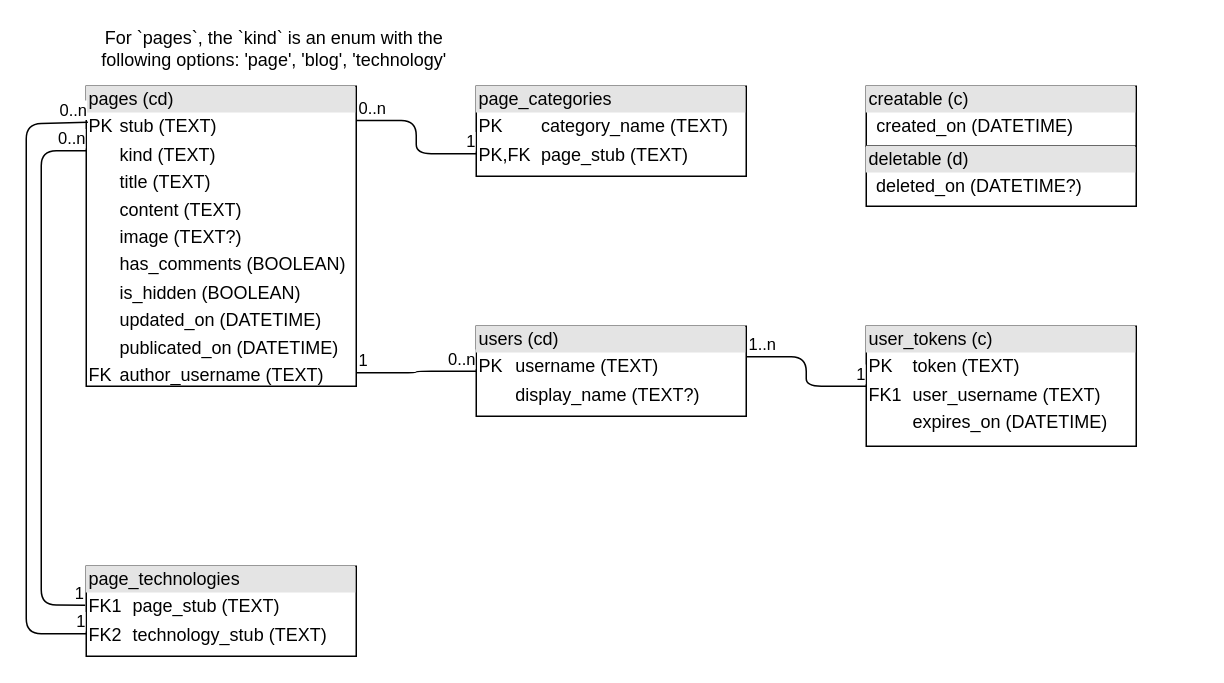
Earlier version of the draw.io diagram db/db.drawio (lunix33/lunix-pro). Source tidied: cells renumbered, new cells numbered last; positions are measured from the earlier drawing's top-left corner, leaving out a move shared by most shapes. Both pictures are drawn from the tidied source at 150%, with x=0, y=0 at pixel (26, 26).
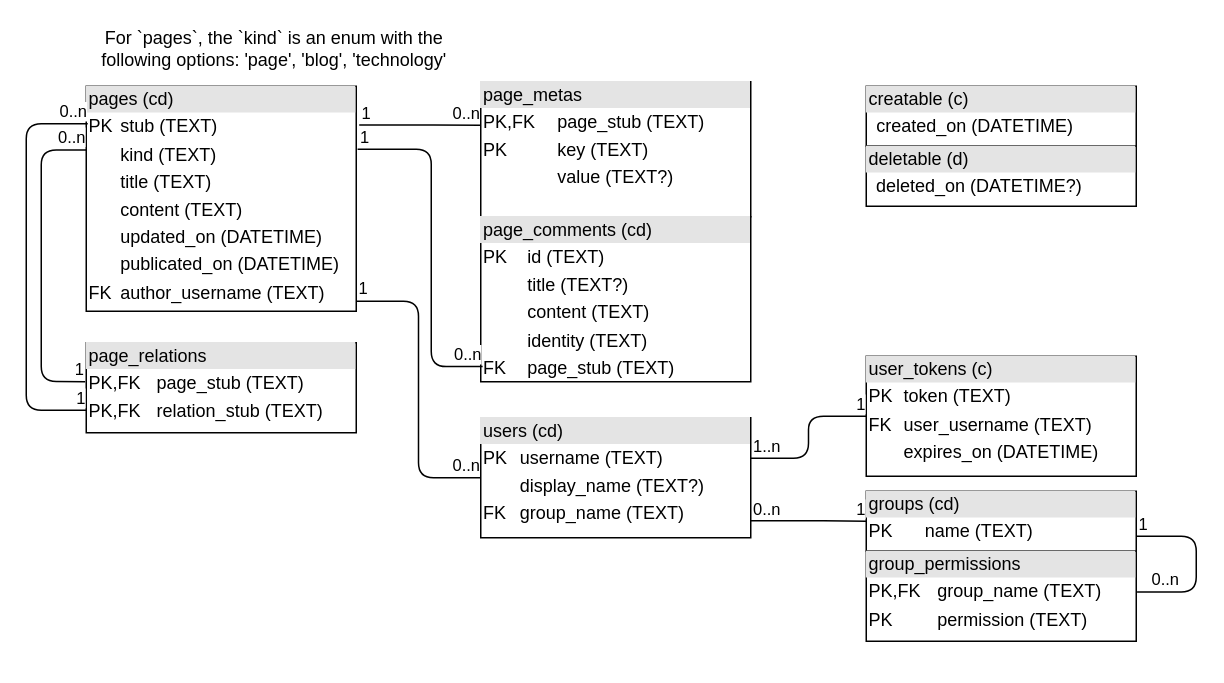
The same page after the edit.

Change to the diagram source:
```diff
@@
-    <mxCell id="2" value="&lt;div style=&quot;box-sizing: border-box ; width: 100% ; background: #e4e4e4 ; padding: 2px&quot;&gt;pages (cd)&lt;/div&gt;&lt;table style=&quot;width: 100% ; font-size: 1em&quot; cellpadding=&quot;2&quot; cellspacing=&quot;0&quot;&gt;&lt;tbody&gt;&lt;tr&gt;&lt;td&gt;PK&lt;/td&gt;&lt;td&gt;stub (TEXT)&lt;/td&gt;&lt;/tr&gt;&lt;tr&gt;&lt;td&gt;&lt;br&gt;&lt;/td&gt;&lt;td&gt;kind (TEXT)&lt;/td&gt;&lt;/tr&gt;&lt;tr&gt;&lt;td&gt;&lt;br&gt;&lt;/td&gt;&lt;td&gt;title (TEXT)&lt;/td&gt;&lt;/tr&gt;&lt;tr&gt;&lt;td&gt;&lt;/td&gt;&lt;td&gt;content (TEXT)&lt;/td&gt;&lt;/tr&gt;&lt;tr&gt;&lt;td&gt;&lt;br&gt;&lt;/td&gt;&lt;td&gt;image (TEXT?)&lt;/td&gt;&lt;/tr&gt;&lt;tr&gt;&lt;td&gt;&lt;br&gt;&lt;/td&gt;&lt;td&gt;has_comments (BOOLEAN)&lt;/td&gt;&lt;/tr&gt;&lt;tr&gt;&lt;td&gt;&lt;br&gt;&lt;/td&gt;&lt;td&gt;is_hidden (BOOLEAN)&lt;br&gt;&lt;/td&gt;&lt;/tr&gt;&lt;tr&gt;&lt;td&gt;&lt;br&gt;&lt;/td&gt;&lt;td&gt;updated_on (DATETIME)&lt;/td&gt;&lt;/tr&gt;&lt;tr&gt;&lt;td&gt;&lt;br&gt;&lt;/td&gt;&lt;td&gt;publicated_on (DATETIME)&lt;br&gt;&lt;/td&gt;&lt;/tr&gt;&lt;tr&gt;&lt;td&gt;FK&lt;/td&gt;&lt;td&gt;author_username (TEXT)&lt;/td&gt;&lt;/tr&gt;&lt;/tbody&gt;&lt;/table&gt;" style="verticalAlign=top;align=left;overflow=fill;html=1;" parent="1" vertex="1">
-      <mxGeometry x="40" y="40" width="180" height="200" as="geometry" />
+    <mxCell id="2" value="&lt;div style=&quot;box-sizing: border-box ; width: 100% ; background: #e4e4e4 ; padding: 2px&quot;&gt;pages (cd)&lt;/div&gt;&lt;table style=&quot;width: 100% ; font-size: 1em&quot; cellpadding=&quot;2&quot; cellspacing=&quot;0&quot;&gt;&lt;tbody&gt;&lt;tr&gt;&lt;td&gt;PK&lt;/td&gt;&lt;td&gt;stub (TEXT)&lt;/td&gt;&lt;/tr&gt;&lt;tr&gt;&lt;td&gt;&lt;br&gt;&lt;/td&gt;&lt;td&gt;kind (TEXT)&lt;/td&gt;&lt;/tr&gt;&lt;tr&gt;&lt;td&gt;&lt;br&gt;&lt;/td&gt;&lt;td&gt;title (TEXT)&lt;/td&gt;&lt;/tr&gt;&lt;tr&gt;&lt;td&gt;&lt;/td&gt;&lt;td&gt;content (TEXT)&lt;/td&gt;&lt;/tr&gt;&lt;tr&gt;&lt;td&gt;&lt;br&gt;&lt;/td&gt;&lt;td&gt;updated_on (DATETIME)&lt;/td&gt;&lt;/tr&gt;&lt;tr&gt;&lt;td&gt;&lt;br&gt;&lt;/td&gt;&lt;td&gt;publicated_on (DATETIME)&lt;br&gt;&lt;/td&gt;&lt;/tr&gt;&lt;tr&gt;&lt;td&gt;FK&lt;/td&gt;&lt;td&gt;author_username (TEXT)&lt;/td&gt;&lt;/tr&gt;&lt;/tbody&gt;&lt;/table&gt;" style="verticalAlign=top;align=left;overflow=fill;html=1;" parent="1" vertex="1">
+      <mxGeometry x="40" y="40" width="180" height="150" as="geometry" />
     </mxCell>
-    <mxCell id="3" value="&lt;div style=&quot;box-sizing: border-box ; width: 100% ; background: #e4e4e4 ; padding: 2px&quot;&gt;page_categories&lt;/div&gt;&lt;table style=&quot;width: 100% ; font-size: 1em&quot; cellpadding=&quot;2&quot; cellspacing=&quot;0&quot;&gt;&lt;tbody&gt;&lt;tr&gt;&lt;td&gt;PK&lt;/td&gt;&lt;td&gt;category_name (TEXT)&lt;/td&gt;&lt;/tr&gt;&lt;tr&gt;&lt;td&gt;PK,FK&lt;/td&gt;&lt;td&gt;page_stub (TEXT)&lt;br&gt;&lt;/td&gt;&lt;/tr&gt;&lt;/tbody&gt;&lt;/table&gt;" style="verticalAlign=top;align=left;overflow=fill;html=1;" parent="1" vertex="1">
-      <mxGeometry x="300" y="40" width="180" height="60" as="geometry" />
-    </mxCell>
@@
-    <mxCell id="5" value="&lt;div style=&quot;box-sizing: border-box ; width: 100% ; background: #e4e4e4 ; padding: 2px&quot;&gt;page_technologies&lt;/div&gt;&lt;table style=&quot;width: 100% ; font-size: 1em&quot; cellpadding=&quot;2&quot; cellspacing=&quot;0&quot;&gt;&lt;tbody&gt;&lt;tr&gt;&lt;td&gt;FK1&lt;/td&gt;&lt;td&gt;page_stub (TEXT)&lt;/td&gt;&lt;/tr&gt;&lt;tr&gt;&lt;td&gt;FK2&lt;/td&gt;&lt;td&gt;technology_stub (TEXT)&lt;/td&gt;&lt;/tr&gt;&lt;/tbody&gt;&lt;/table&gt;" style="verticalAlign=top;align=left;overflow=fill;html=1;" parent="1" vertex="1">
-      <mxGeometry x="40" y="360" width="180" height="60" as="geometry" />
+    <mxCell id="5" value="&lt;div style=&quot;box-sizing: border-box ; width: 100% ; background: #e4e4e4 ; padding: 2px&quot;&gt;page_relations&lt;/div&gt;&lt;table style=&quot;width: 100% ; font-size: 1em&quot; cellpadding=&quot;2&quot; cellspacing=&quot;0&quot;&gt;&lt;tbody&gt;&lt;tr&gt;&lt;td&gt;PK,FK&lt;/td&gt;&lt;td&gt;page_stub (TEXT)&lt;/td&gt;&lt;/tr&gt;&lt;tr&gt;&lt;td&gt;PK,FK&lt;/td&gt;&lt;td&gt;relation_stub (TEXT)&lt;/td&gt;&lt;/tr&gt;&lt;/tbody&gt;&lt;/table&gt;" style="verticalAlign=top;align=left;overflow=fill;html=1;" parent="1" vertex="1">
+      <mxGeometry x="40" y="211" width="180" height="60" as="geometry" />
     </mxCell>
-    <mxCell id="6" value="&lt;div style=&quot;box-sizing: border-box ; width: 100% ; background: #e4e4e4 ; padding: 2px&quot;&gt;users (cd)&lt;/div&gt;&lt;table style=&quot;width: 100% ; font-size: 1em&quot; cellpadding=&quot;2&quot; cellspacing=&quot;0&quot;&gt;&lt;tbody&gt;&lt;tr&gt;&lt;td&gt;PK&lt;/td&gt;&lt;td&gt;username (TEXT)&lt;br&gt;&lt;/td&gt;&lt;/tr&gt;&lt;tr&gt;&lt;td&gt;&lt;br&gt;&lt;/td&gt;&lt;td&gt;display_name (TEXT?)&lt;/td&gt;&lt;/tr&gt;&lt;/tbody&gt;&lt;/table&gt;" style="verticalAlign=top;align=left;overflow=fill;html=1;" parent="1" vertex="1">
-      <mxGeometry x="300" y="200" width="180" height="60" as="geometry" />
+    <mxCell id="6" value="&lt;div style=&quot;box-sizing: border-box ; width: 100% ; background: #e4e4e4 ; padding: 2px&quot;&gt;users (cd)&lt;/div&gt;&lt;table style=&quot;width: 100% ; font-size: 1em&quot; cellpadding=&quot;2&quot; cellspacing=&quot;0&quot;&gt;&lt;tbody&gt;&lt;tr&gt;&lt;td&gt;PK&lt;/td&gt;&lt;td&gt;username (TEXT)&lt;br&gt;&lt;/td&gt;&lt;/tr&gt;&lt;tr&gt;&lt;td&gt;&lt;br&gt;&lt;/td&gt;&lt;td&gt;display_name (TEXT?)&lt;/td&gt;&lt;/tr&gt;&lt;tr&gt;&lt;td&gt;FK&lt;/td&gt;&lt;td&gt;group_name (TEXT)&lt;/td&gt;&lt;/tr&gt;&lt;/tbody&gt;&lt;/table&gt;" style="verticalAlign=top;align=left;overflow=fill;html=1;" parent="1" vertex="1">
+      <mxGeometry x="303" y="261" width="180" height="80" as="geometry" />
     </mxCell>
-    <mxCell id="7" value="&lt;div style=&quot;box-sizing: border-box ; width: 100% ; background: #e4e4e4 ; padding: 2px&quot;&gt;user_tokens (c)&lt;/div&gt;&lt;table style=&quot;width: 100% ; font-size: 1em&quot; cellpadding=&quot;2&quot; cellspacing=&quot;0&quot;&gt;&lt;tbody&gt;&lt;tr&gt;&lt;td&gt;PK&lt;/td&gt;&lt;td&gt;token (TEXT)&lt;/td&gt;&lt;/tr&gt;&lt;tr&gt;&lt;td&gt;FK1&lt;/td&gt;&lt;td&gt;user_username (TEXT)&lt;/td&gt;&lt;/tr&gt;&lt;tr&gt;&lt;td&gt;&lt;br&gt;&lt;/td&gt;&lt;td&gt;expires_on (DATETIME)&lt;/td&gt;&lt;/tr&gt;&lt;/tbody&gt;&lt;/table&gt;" style="verticalAlign=top;align=left;overflow=fill;html=1;" parent="1" vertex="1">
-      <mxGeometry x="560" y="200" width="180" height="80" as="geometry" />
+    <mxCell id="7" value="&lt;div style=&quot;box-sizing: border-box ; width: 100% ; background: #e4e4e4 ; padding: 2px&quot;&gt;user_tokens (c)&lt;/div&gt;&lt;table style=&quot;width: 100% ; font-size: 1em&quot; cellpadding=&quot;2&quot; cellspacing=&quot;0&quot;&gt;&lt;tbody&gt;&lt;tr&gt;&lt;td&gt;PK&lt;/td&gt;&lt;td&gt;token (TEXT)&lt;/td&gt;&lt;/tr&gt;&lt;tr&gt;&lt;td&gt;FK&lt;/td&gt;&lt;td&gt;user_username (TEXT)&lt;/td&gt;&lt;/tr&gt;&lt;tr&gt;&lt;td&gt;&lt;br&gt;&lt;/td&gt;&lt;td&gt;expires_on (DATETIME)&lt;/td&gt;&lt;/tr&gt;&lt;/tbody&gt;&lt;/table&gt;" style="verticalAlign=top;align=left;overflow=fill;html=1;" parent="1" vertex="1">
+      <mxGeometry x="560" y="220" width="180" height="80" as="geometry" />
     </mxCell>
@@
-    <mxCell id="14" style="endArrow=none;html=1;edgeStyle=orthogonalEdgeStyle;exitX=1.002;exitY=0.114;exitDx=0;exitDy=0;exitPerimeter=0;entryX=0;entryY=0.75;entryDx=0;entryDy=0;" parent="1" edge="1" source="2" target="3">
-      <mxGeometry relative="1" as="geometry" />
-    </mxCell>
-    <mxCell id="15" value="0..n" style="edgeLabel;html=1;align=left;verticalAlign=bottom;" parent="14" vertex="1">
-      <mxGeometry x="-1" relative="1" as="geometry" />
-    </mxCell>
-    <mxCell id="16" value="1" style="edgeLabel;html=1;align=right;verticalAlign=bottom;" parent="14" vertex="1">
-      <mxGeometry x="1" relative="1" as="geometry" />
-    </mxCell>
-    <mxCell id="17" style="endArrow=none;html=1;edgeStyle=orthogonalEdgeStyle;exitX=0;exitY=0.75;exitDx=0;exitDy=0;entryX=0.006;entryY=0.12;entryDx=0;entryDy=0;entryPerimeter=0;" parent="1" edge="1" source="5" target="2">
+    <mxCell id="17" style="endArrow=none;html=1;edgeStyle=orthogonalEdgeStyle;exitX=0;exitY=0.75;exitDx=0;exitDy=0;" parent="1" edge="1" source="5">
       <mxGeometry relative="1" as="geometry">
+        <mxPoint x="41" y="65" as="targetPoint" />
         <Array as="points">
-          <mxPoint y="405" />
+          <mxPoint y="256" />
           <mxPoint y="65" />
         </Array>
       </mxGeometry>
     </mxCell>
@@
-    <mxCell id="20" style="endArrow=none;html=1;edgeStyle=orthogonalEdgeStyle;exitX=-0.004;exitY=0.432;exitDx=0;exitDy=0;exitPerimeter=0;entryX=0;entryY=0.215;entryDx=0;entryDy=0;entryPerimeter=0;" parent="1" edge="1" source="5" target="2">
+    <mxCell id="20" style="endArrow=none;html=1;edgeStyle=orthogonalEdgeStyle;exitX=-0.004;exitY=0.432;exitDx=0;exitDy=0;exitPerimeter=0;entryX=0;entryY=0.283;entryDx=0;entryDy=0;entryPerimeter=0;" parent="1" edge="1" source="5" target="2">
       <mxGeometry relative="1" as="geometry">
         <Array as="points">
-          <mxPoint x="10" y="386" />
+          <mxPoint x="10" y="237" />
           <mxPoint x="10" y="83" />
         </Array>
       </mxGeometry>
     </mxCell>
@@
+    <mxCell id="25" value="&lt;div style=&quot;box-sizing: border-box ; width: 100% ; background: #e4e4e4 ; padding: 2px&quot;&gt;groups (cd)&lt;/div&gt;&lt;table style=&quot;width: 100% ; font-size: 1em&quot; cellpadding=&quot;2&quot; cellspacing=&quot;0&quot;&gt;&lt;tbody&gt;&lt;tr&gt;&lt;td&gt;PK&lt;/td&gt;&lt;td&gt;name (TEXT)&lt;/td&gt;&lt;/tr&gt;&lt;/tbody&gt;&lt;/table&gt;" style="verticalAlign=top;align=left;overflow=fill;html=1;" parent="1" vertex="1">
+      <mxGeometry x="560" y="310" width="180" height="40" as="geometry" />
+    </mxCell>
+    <mxCell id="26" value="&lt;div style=&quot;box-sizing: border-box ; width: 100% ; background: #e4e4e4 ; padding: 2px&quot;&gt;group_permissions&lt;/div&gt;&lt;table style=&quot;width: 100% ; font-size: 1em&quot; cellpadding=&quot;2&quot; cellspacing=&quot;0&quot;&gt;&lt;tbody&gt;&lt;tr&gt;&lt;td&gt;PK,FK&lt;/td&gt;&lt;td&gt;group_name (TEXT)&lt;/td&gt;&lt;/tr&gt;&lt;tr&gt;&lt;td&gt;PK&lt;/td&gt;&lt;td&gt;permission (TEXT)&lt;/td&gt;&lt;/tr&gt;&lt;/tbody&gt;&lt;/table&gt;" style="verticalAlign=top;align=left;overflow=fill;html=1;" parent="1" vertex="1">
+      <mxGeometry x="560" y="350" width="180" height="60" as="geometry" />
+    </mxCell>
+    <mxCell id="27" value="&lt;div style=&quot;box-sizing: border-box ; width: 100% ; background: #e4e4e4 ; padding: 2px&quot;&gt;page_metas&lt;/div&gt;&lt;table style=&quot;width: 100% ; font-size: 1em&quot; cellpadding=&quot;2&quot; cellspacing=&quot;0&quot;&gt;&lt;tbody&gt;&lt;tr&gt;&lt;td&gt;PK,FK&lt;/td&gt;&lt;td&gt;page_stub (TEXT)&lt;/td&gt;&lt;/tr&gt;&lt;tr&gt;&lt;td&gt;PK&lt;/td&gt;&lt;td&gt;key (TEXT)&lt;/td&gt;&lt;/tr&gt;&lt;tr&gt;&lt;td&gt;&lt;/td&gt;&lt;td&gt;value (TEXT?)&lt;/td&gt;&lt;/tr&gt;&lt;/tbody&gt;&lt;/table&gt;" style="verticalAlign=top;align=left;overflow=fill;html=1;" parent="1" vertex="1">
+      <mxGeometry x="303" y="37" width="180" height="90" as="geometry" />
+    </mxCell>
+    <mxCell id="28" style="endArrow=none;html=1;edgeStyle=orthogonalEdgeStyle;entryX=0;entryY=0.5;entryDx=0;entryDy=0;exitX=1;exitY=0.858;exitDx=0;exitDy=0;exitPerimeter=0;" parent="1" edge="1" source="6" target="25">
+      <mxGeometry relative="1" as="geometry" />
+    </mxCell>
+    <mxCell id="15" value="0..n" style="edgeLabel;html=1;align=left;verticalAlign=bottom;" parent="28" vertex="1">
+      <mxGeometry x="-1" relative="1" as="geometry" />
+    </mxCell>
+    <mxCell id="16" value="1" style="edgeLabel;html=1;align=right;verticalAlign=bottom;" parent="28" vertex="1">
+      <mxGeometry x="1" relative="1" as="geometry" />
+    </mxCell>
+    <mxCell id="29" style="endArrow=none;html=1;edgeStyle=orthogonalEdgeStyle;exitX=1;exitY=0.75;exitDx=0;exitDy=0;entryX=1.003;entryY=0.454;entryDx=0;entryDy=0;entryPerimeter=0;" parent="1" edge="1" source="25" target="26">
+      <mxGeometry relative="1" as="geometry">
+        <Array as="points">
+          <mxPoint x="780" y="340" />
+          <mxPoint x="780" y="377" />
+          <mxPoint x="741" y="377" />
+        </Array>
+      </mxGeometry>
+    </mxCell>
+    <mxCell id="30" value="1" style="edgeLabel;html=1;align=left;verticalAlign=bottom;" parent="29" vertex="1">
+      <mxGeometry x="-1" relative="1" as="geometry" />
+    </mxCell>
+    <mxCell id="31" value="0..n" style="edgeLabel;html=1;align=right;verticalAlign=bottom;" parent="29" vertex="1">
+      <mxGeometry x="1" relative="1" as="geometry">
+        <mxPoint x="29" as="offset" />
+      </mxGeometry>
+    </mxCell>
+    <mxCell id="32" style="endArrow=none;html=1;edgeStyle=orthogonalEdgeStyle;entryX=0;entryY=0.322;entryDx=0;entryDy=0;entryPerimeter=0;exitX=1.011;exitY=0.172;exitDx=0;exitDy=0;exitPerimeter=0;" parent="1" edge="1" source="2" target="27">
+      <mxGeometry relative="1" as="geometry" />
+    </mxCell>
+    <mxCell id="33" value="1" style="edgeLabel;html=1;align=left;verticalAlign=bottom;" parent="32" vertex="1">
+      <mxGeometry x="-1" relative="1" as="geometry" />
+    </mxCell>
+    <mxCell id="34" value="0..n" style="edgeLabel;html=1;align=right;verticalAlign=bottom;" parent="32" vertex="1">
+      <mxGeometry x="1" relative="1" as="geometry" />
+    </mxCell>
+    <mxCell id="35" value="&lt;div style=&quot;box-sizing: border-box ; width: 100% ; background: #e4e4e4 ; padding: 2px&quot;&gt;page_comments (cd)&lt;/div&gt;&lt;table style=&quot;width: 100% ; font-size: 1em&quot; cellpadding=&quot;2&quot; cellspacing=&quot;0&quot;&gt;&lt;tbody&gt;&lt;tr&gt;&lt;td&gt;PK&lt;/td&gt;&lt;td&gt;id (TEXT)&lt;/td&gt;&lt;/tr&gt;&lt;tr&gt;&lt;td&gt;&lt;/td&gt;&lt;td&gt;title (TEXT?)&lt;/td&gt;&lt;/tr&gt;&lt;tr&gt;&lt;td&gt;&lt;br&gt;&lt;/td&gt;&lt;td&gt;content (TEXT)&lt;br&gt;&lt;/td&gt;&lt;/tr&gt;&lt;tr&gt;&lt;td&gt;&lt;br&gt;&lt;/td&gt;&lt;td&gt;identity (TEXT)&lt;/td&gt;&lt;/tr&gt;&lt;tr&gt;&lt;td&gt;FK&lt;/td&gt;&lt;td&gt;page_stub (TEXT)&lt;br&gt;&lt;/td&gt;&lt;/tr&gt;&lt;/tbody&gt;&lt;/table&gt;" style="verticalAlign=top;align=left;overflow=fill;html=1;" parent="1" vertex="1">
+      <mxGeometry x="303" y="127" width="180" height="110" as="geometry" />
+    </mxCell>
+    <mxCell id="36" style="endArrow=none;html=1;edgeStyle=orthogonalEdgeStyle;exitX=1.005;exitY=0.28;exitDx=0;exitDy=0;exitPerimeter=0;entryX=0.007;entryY=0.908;entryDx=0;entryDy=0;entryPerimeter=0;" parent="1" edge="1" source="2" target="35">
+      <mxGeometry relative="1" as="geometry">
+        <Array as="points">
+          <mxPoint x="270" y="82" />
+          <mxPoint x="270" y="227" />
+        </Array>
+      </mxGeometry>
+    </mxCell>
+    <mxCell id="37" value="1" style="edgeLabel;html=1;align=left;verticalAlign=bottom;" parent="36" vertex="1">
+      <mxGeometry x="-1" relative="1" as="geometry" />
+    </mxCell>
+    <mxCell id="38" value="0..n" style="edgeLabel;html=1;align=right;verticalAlign=bottom;" parent="36" vertex="1">
+      <mxGeometry x="1" relative="1" as="geometry" />
+    </mxCell>
```
